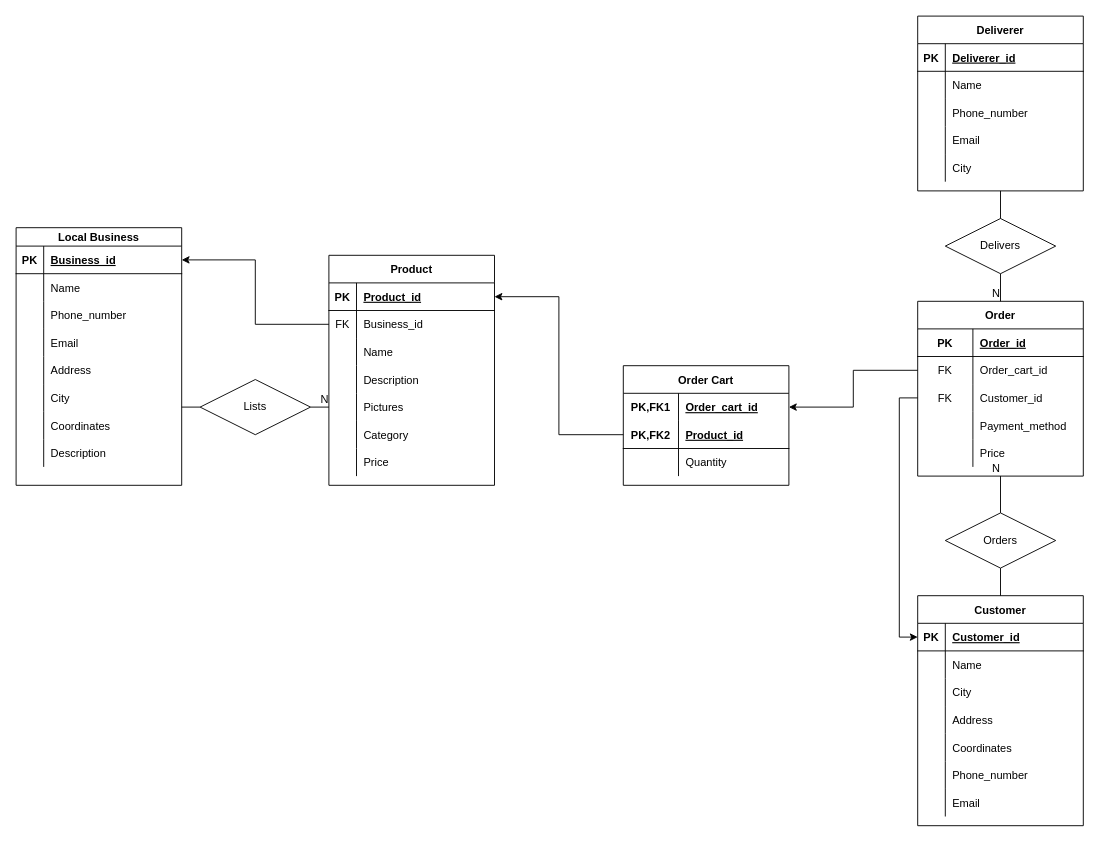
Thakkar-Khushang/Lofy-Backend keeps this draw.io diagram as Lofy ER Diagram.drawio. Above is the earlier version. Source tidied: cells renumbered, new cells numbered last; positions are measured from the earlier drawing's top-left corner, leaving out a move shared by most shapes. Both pictures are drawn from the tidied source at 92%, with x=0, y=0 at pixel (16, 16).
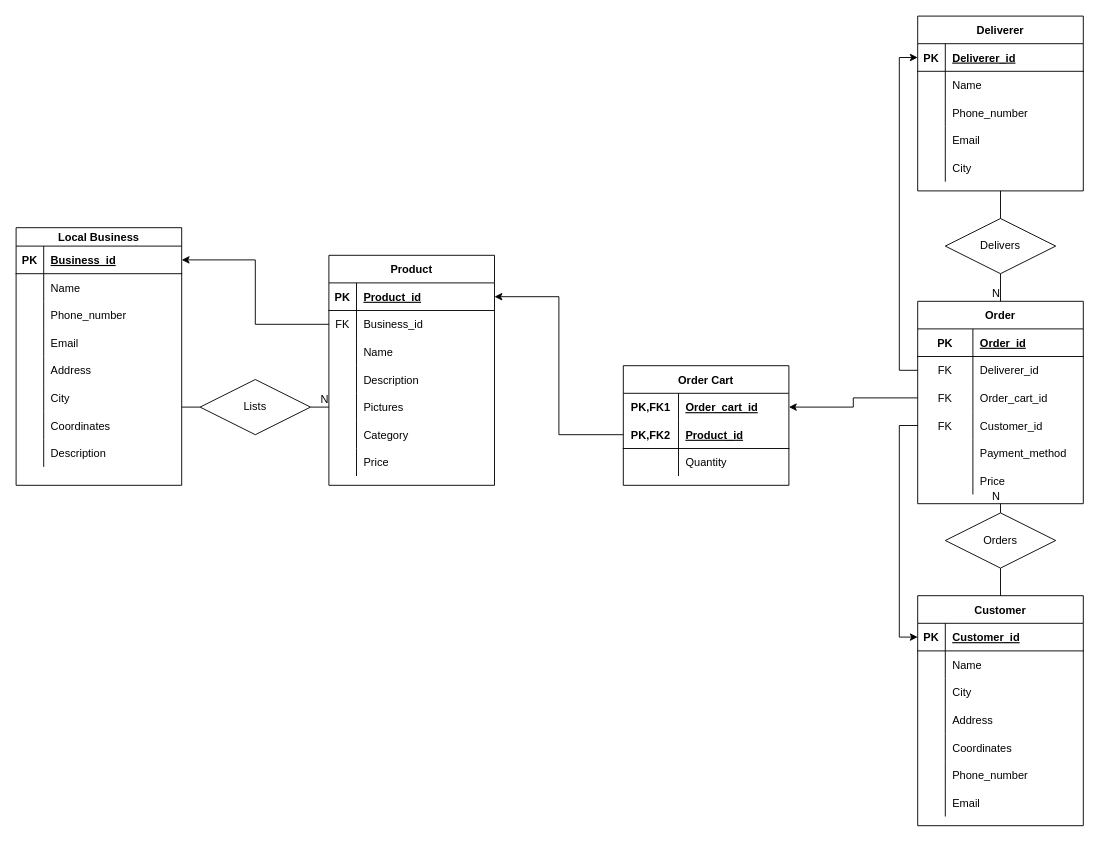
The same diagram, later.

Commit message:
Preliminary ER Model ready

Unchanged cells that the change refers to:
```xml
<mxCell id="79" style="shape=tableRow;horizontal=0;startSize=0;swimlaneHead=0;swimlaneBody=0;fillColor=none;points=[[0,0.5],[1,0.5]];portConstraint=eastwest;top=0;left=0;right=0;bottom=1;" parent="78" vertex="1">
  <mxGeometry y="30" width="180" height="30" as="geometry" />
</mxCell>
```

What changed in the source:
```diff
@@
     <mxCell id="59" value="Order" style="shape=table;startSize=30;childLayout=tableLayout;rowLines=0;fontStyle=1;align=center;" parent="1" vertex="1">
-      <mxGeometry x="980" y="310" width="180" height="190" as="geometry" />
+      <mxGeometry x="980" y="310" width="180" height="220" as="geometry" />
     </mxCell>
@@
+    <mxCell id="129" style="shape=tableRow;horizontal=0;startSize=0;swimlaneHead=0;swimlaneBody=0;fillColor=none;points=[[0,0.5],[1,0.5]];portConstraint=eastwest;top=0;left=0;right=0;bottom=0;" parent="59" vertex="1">
+      <mxGeometry y="60" width="180" height="30" as="geometry" />
+    </mxCell>
+    <mxCell id="130" value="FK" style="shape=partialRectangle;fillColor=none;top=0;left=0;bottom=0;right=0;fontStyle=0;overflow=hidden;" parent="129" vertex="1">
+      <mxGeometry width="60" height="30" as="geometry" />
+    </mxCell>
+    <mxCell id="131" value="Deliverer_id" style="shape=partialRectangle;fillColor=none;top=0;left=0;bottom=0;right=0;align=left;spacingLeft=6;fontStyle=0;overflow=hidden;" parent="129" vertex="1">
+      <mxGeometry x="60" width="120" height="30" as="geometry" />
+    </mxCell>
     <mxCell id="63" style="shape=tableRow;horizontal=0;startSize=0;swimlaneHead=0;swimlaneBody=0;fillColor=none;points=[[0,0.5],[1,0.5]];portConstraint=eastwest;top=0;left=0;right=0;bottom=0;" parent="59" vertex="1">
-      <mxGeometry y="60" width="180" height="30" as="geometry" />
+      <mxGeometry y="90" width="180" height="30" as="geometry" />
     </mxCell>
@@
     <mxCell id="66" style="shape=tableRow;horizontal=0;startSize=0;swimlaneHead=0;swimlaneBody=0;fillColor=none;points=[[0,0.5],[1,0.5]];portConstraint=eastwest;top=0;left=0;right=0;bottom=0;" parent="59" vertex="1">
-      <mxGeometry y="90" width="180" height="30" as="geometry" />
+      <mxGeometry y="120" width="180" height="30" as="geometry" />
     </mxCell>
@@
     <mxCell id="69" style="shape=tableRow;horizontal=0;startSize=0;swimlaneHead=0;swimlaneBody=0;fillColor=none;top=0;left=0;right=0;bottom=0;" parent="59" vertex="1">
-      <mxGeometry y="120" width="180" height="30" as="geometry" />
+      <mxGeometry y="150" width="180" height="30" as="geometry" />
     </mxCell>
@@
     <mxCell id="72" style="shape=tableRow;horizontal=0;startSize=0;swimlaneHead=0;swimlaneBody=0;fillColor=none;top=0;left=0;right=0;bottom=0;" parent="59" vertex="1">
-      <mxGeometry y="150" width="180" height="30" as="geometry" />
+      <mxGeometry y="180" width="180" height="30" as="geometry" />
     </mxCell>
@@
+    <mxCell id="132" style="edgeStyle=orthogonalEdgeStyle;rounded=0;jettySize=auto;html=1;exitX=0;exitY=0.5;exitDx=0;exitDy=0;entryX=0;entryY=0.5;entryDx=0;entryDy=0;" parent="1" edge="1" source="129" target="79">
+      <mxGeometry relative="1" as="geometry" />
+    </mxCell>
```
